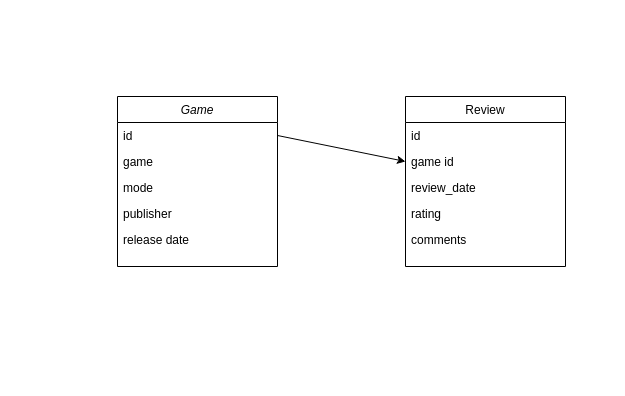
Above: Appendix/Untitled Diagram.drawio in S1cca/Project_QA (draw.io), before the change. Source tidied: cells renumbered, new cells numbered last; positions are measured from the earlier drawing's top-left corner, leaving out a move shared by most shapes. Both pictures are drawn from the tidied source at 100%, with x=0, y=0 at pixel (117, 96).
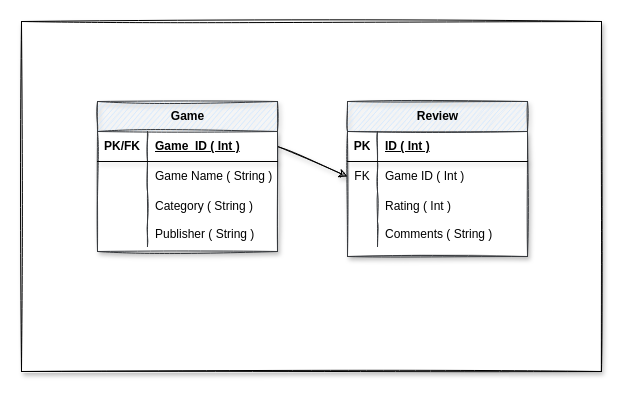
The same page after the edit.

Diff of the diagram source:
```diff
@@
+    <mxCell id="15" style="rounded=0;shadow=1;labelBackgroundColor=none;labelBorderColor=none;sketch=1;verticalAlign=middle;html=1;swimlaneLine=1;" parent="1" vertex="1">
+      <mxGeometry x="-96" y="-75" width="580" height="350" as="geometry" />
+    </mxCell>
+    <mxCell id="14" style="endArrow=classic;rounded=0;exitX=1;exitY=0.5;exitDx=0;exitDy=0;entryX=0;entryY=0.5;entryDx=0;entryDy=0;sketch=1;shadow=1;labelBackgroundColor=none;labelBorderColor=none;fontColor=default;verticalAlign=middle;html=1;snapToPoint=0;swimlaneLine=1;" parent="1" edge="1" source="16" target="31">
+      <mxGeometry relative="1" as="geometry" />
+    </mxCell>
-    <mxCell id="2" value="Game" style="swimlane;fontStyle=2;align=center;verticalAlign=top;horizontal=1;startSize=26;rounded=0;shadow=0;strokeWidth=1;labelBackgroundColor=none;labelBorderColor=none;gradientColor=none;swimlaneFillColor=none;" parent="1" vertex="1">
-      <mxGeometry width="160" height="170" as="geometry" />
+    <mxCell id="2" value="Game" style="shape=table;startSize=30;childLayout=tableLayout;rowLines=0;fontStyle=1;align=center;shadow=1;labelBackgroundColor=none;labelBorderColor=none;strokeColor=#36393d;fillColor=#cce5ff;html=1;swimlaneFillColor=default;sketch=1;" parent="1" vertex="1">
+      <mxGeometry x="-20" y="5" width="180" height="150" as="geometry" />
     </mxCell>
-    <mxCell id="3" value="id" style="text;align=left;verticalAlign=top;spacingLeft=4;spacingRight=4;overflow=hidden;points=[[0,0.5],[1,0.5]];portConstraint=eastwest;labelBackgroundColor=none;labelBorderColor=none;" parent="2" vertex="1">
-      <mxGeometry y="26" width="160" height="26" as="geometry" />
-    </mxCell>
-    <mxCell id="4" value="game" style="text;align=left;verticalAlign=top;spacingLeft=4;spacingRight=4;overflow=hidden;rounded=0;shadow=0;html=0;labelBackgroundColor=none;labelBorderColor=none;" parent="2" vertex="1">
-      <mxGeometry y="52" width="160" height="26" as="geometry" />
-    </mxCell>
-    <mxCell id="5" value="mode    " style="text;align=left;verticalAlign=top;spacingLeft=4;spacingRight=4;overflow=hidden;rounded=0;shadow=0;html=0;labelBackgroundColor=none;labelBorderColor=none;" parent="2" vertex="1">
-      <mxGeometry y="78" width="160" height="26" as="geometry" />
-    </mxCell>
-    <mxCell id="6" value="publisher" style="text;align=left;verticalAlign=top;spacingLeft=4;spacingRight=4;overflow=hidden;labelBackgroundColor=none;labelBorderColor=none;" parent="2" vertex="1">
-      <mxGeometry y="104" width="160" height="26" as="geometry" />
-    </mxCell>
-    <mxCell id="7" value="release date" style="text;align=left;verticalAlign=top;spacingLeft=4;spacingRight=4;overflow=hidden;labelBackgroundColor=none;labelBorderColor=none;" parent="2" vertex="1">
-      <mxGeometry y="130" width="160" height="26" as="geometry" />
-    </mxCell>
+    <mxCell id="16" style="shape=tableRow;horizontal=0;startSize=0;swimlaneHead=0;swimlaneBody=0;fillColor=none;points=[[0,0.5],[1,0.5]];portConstraint=eastwest;top=0;left=0;right=0;bottom=1;shadow=1;labelBackgroundColor=none;labelBorderColor=none;fontColor=default;strokeColor=default;html=1;" parent="2" vertex="1">
+      <mxGeometry y="30" width="180" height="30" as="geometry" />
+    </mxCell>
+    <mxCell id="17" value="PK/FK" style="shape=partialRectangle;fillColor=none;top=0;left=0;bottom=0;right=0;fontStyle=1;overflow=hidden;shadow=1;labelBackgroundColor=none;labelBorderColor=none;fontColor=default;strokeColor=default;html=1;" parent="16" vertex="1">
+      <mxGeometry width="50" height="30" as="geometry" />
+    </mxCell>
+    <mxCell id="18" value="Game_ID ( Int )" style="shape=partialRectangle;fillColor=none;top=0;left=0;bottom=0;right=0;align=left;spacingLeft=6;fontStyle=5;overflow=hidden;shadow=1;labelBackgroundColor=none;labelBorderColor=none;fontColor=default;strokeColor=default;html=1;" parent="16" vertex="1">
+      <mxGeometry x="50" width="130" height="30" as="geometry" />
+    </mxCell>
+    <mxCell id="19" style="shape=tableRow;horizontal=0;startSize=0;swimlaneHead=0;swimlaneBody=0;fillColor=none;top=0;left=0;right=0;bottom=0;shadow=1;labelBackgroundColor=none;labelBorderColor=none;fontColor=default;strokeColor=default;html=1;" parent="2" vertex="1">
+      <mxGeometry y="60" width="180" height="30" as="geometry" />
+    </mxCell>
+    <mxCell id="20" style="shape=partialRectangle;fillColor=none;top=0;left=0;bottom=0;right=0;overflow=hidden;shadow=1;labelBackgroundColor=none;labelBorderColor=none;fontColor=default;strokeColor=default;html=1;" parent="19" vertex="1">
+      <mxGeometry width="50" height="30" as="geometry" />
+    </mxCell>
+    <mxCell id="21" value="Game Name ( String )" style="shape=partialRectangle;fillColor=none;top=0;left=0;bottom=0;right=0;align=left;spacingLeft=6;overflow=hidden;shadow=1;labelBackgroundColor=none;labelBorderColor=none;fontColor=default;strokeColor=default;html=1;" parent="19" vertex="1">
+      <mxGeometry x="50" width="130" height="30" as="geometry" />
+    </mxCell>
+    <mxCell id="22" style="shape=tableRow;horizontal=0;startSize=0;swimlaneHead=0;swimlaneBody=0;fillColor=none;top=0;left=0;right=0;bottom=0;shadow=1;labelBackgroundColor=none;labelBorderColor=none;fontColor=default;strokeColor=default;html=1;rounded=0;sketch=0;swimlaneFillColor=none;" parent="2" vertex="1">
+      <mxGeometry y="90" width="180" height="30" as="geometry" />
+    </mxCell>
+    <mxCell id="23" style="shape=partialRectangle;fillColor=none;top=0;left=0;bottom=0;right=0;overflow=hidden;shadow=1;labelBackgroundColor=none;labelBorderColor=none;fontColor=default;strokeColor=default;html=1;" parent="22" vertex="1">
+      <mxGeometry width="50" height="30" as="geometry" />
+    </mxCell>
+    <mxCell id="24" value="Category ( String )" style="shape=partialRectangle;fillColor=none;top=0;left=0;bottom=0;right=0;align=left;spacingLeft=6;overflow=hidden;shadow=1;labelBackgroundColor=none;labelBorderColor=none;fontColor=default;strokeColor=default;html=1;" parent="22" vertex="1">
+      <mxGeometry x="50" width="130" height="30" as="geometry" />
+    </mxCell>
+    <mxCell id="25" style="shape=tableRow;horizontal=0;startSize=0;swimlaneHead=0;swimlaneBody=0;fillColor=none;top=0;left=0;right=0;bottom=0;shadow=1;labelBackgroundColor=none;labelBorderColor=none;fontColor=default;strokeColor=default;html=1;" parent="2" vertex="1">
+      <mxGeometry y="120" width="180" height="25" as="geometry" />
+    </mxCell>
+    <mxCell id="26" style="shape=partialRectangle;fillColor=none;top=0;left=0;bottom=0;right=0;overflow=hidden;shadow=1;labelBackgroundColor=none;labelBorderColor=none;fontColor=default;strokeColor=default;html=1;" parent="25" vertex="1">
+      <mxGeometry width="50" height="25" as="geometry" />
+    </mxCell>
+    <mxCell id="27" value="Publisher ( String )" style="shape=partialRectangle;fillColor=none;top=0;left=0;bottom=0;right=0;align=left;spacingLeft=6;overflow=hidden;shadow=1;labelBackgroundColor=none;labelBorderColor=none;fontColor=default;strokeColor=default;html=1;" parent="25" vertex="1">
+      <mxGeometry x="50" width="130" height="25" as="geometry" />
+    </mxCell>
-    <mxCell id="8" value="Review" style="swimlane;fontStyle=0;align=center;verticalAlign=top;horizontal=1;startSize=26;rounded=0;shadow=0;strokeWidth=1;" parent="1" vertex="1">
-      <mxGeometry x="288" width="160" height="170" as="geometry" />
+    <mxCell id="8" value="Review" style="shape=table;startSize=30;childLayout=tableLayout;rowLines=0;fontStyle=1;align=center;shadow=1;labelBackgroundColor=none;labelBorderColor=none;strokeColor=#36393d;fillColor=#cce5ff;html=1;swimlaneFillColor=default;sketch=1;" parent="1" vertex="1">
+      <mxGeometry x="230" y="5" width="180" height="155" as="geometry" />
     </mxCell>
-    <mxCell id="9" value="id" style="text;align=left;verticalAlign=top;spacingLeft=4;spacingRight=4;overflow=hidden;" parent="8" vertex="1">
-      <mxGeometry y="26" width="160" height="26" as="geometry" />
-    </mxCell>
-    <mxCell id="10" value="game id" style="text;align=left;verticalAlign=top;spacingLeft=4;spacingRight=4;overflow=hidden;points=[[0,0.5],[1,0.5]];portConstraint=eastwest;rounded=0;shadow=0;" parent="8" vertex="1">
-      <mxGeometry y="52" width="160" height="26" as="geometry" />
-    </mxCell>
-    <mxCell id="11" value="review_date" style="text;align=left;verticalAlign=top;spacingLeft=4;spacingRight=4;overflow=hidden;rounded=0;shadow=0;" parent="8" vertex="1">
-      <mxGeometry y="78" width="160" height="26" as="geometry" />
-    </mxCell>
-    <mxCell id="12" value="rating" style="text;align=left;verticalAlign=top;spacingLeft=4;spacingRight=4;overflow=hidden;labelBackgroundColor=none;labelBorderColor=none;" parent="8" vertex="1">
-      <mxGeometry y="104" width="160" height="26" as="geometry" />
-    </mxCell>
-    <mxCell id="13" value="comments" style="text;align=left;verticalAlign=top;spacingLeft=4;spacingRight=4;overflow=hidden;rounded=0;shadow=0;" parent="8" vertex="1">
-      <mxGeometry y="130" width="160" height="26" as="geometry" />
-    </mxCell>
-    <mxCell id="14" style="endArrow=classic;html=1;rounded=0;exitX=1;exitY=0.5;exitDx=0;exitDy=0;entryX=0;entryY=0.5;entryDx=0;entryDy=0;" parent="1" edge="1" source="3" target="10">
-      <mxGeometry relative="1" as="geometry" />
-    </mxCell>
+    <mxCell id="28" style="shape=tableRow;horizontal=0;startSize=0;swimlaneHead=0;swimlaneBody=0;fillColor=none;top=0;left=0;right=0;bottom=1;shadow=1;labelBackgroundColor=none;labelBorderColor=none;fontColor=default;strokeColor=default;html=1;" parent="8" vertex="1">
+      <mxGeometry y="30" width="180" height="30" as="geometry" />
+    </mxCell>
+    <mxCell id="29" value="PK" style="shape=partialRectangle;fillColor=none;top=0;left=0;bottom=0;right=0;fontStyle=1;overflow=hidden;shadow=1;labelBackgroundColor=none;labelBorderColor=none;fontColor=default;strokeColor=default;html=1;sketch=1;" parent="28" vertex="1">
+      <mxGeometry width="30" height="30" as="geometry" />
+    </mxCell>
+    <mxCell id="30" value="ID ( Int )" style="shape=partialRectangle;fillColor=none;top=0;left=0;bottom=0;right=0;align=left;spacingLeft=6;fontStyle=5;overflow=hidden;shadow=1;labelBackgroundColor=none;labelBorderColor=none;fontColor=default;strokeColor=default;html=1;" parent="28" vertex="1">
+      <mxGeometry x="30" width="150" height="30" as="geometry" />
+    </mxCell>
+    <mxCell id="31" style="shape=tableRow;horizontal=0;startSize=0;swimlaneHead=0;swimlaneBody=0;fillColor=none;points=[[0,0.5],[1,0.5]];portConstraint=eastwest;top=0;left=0;right=0;bottom=0;shadow=1;labelBackgroundColor=none;labelBorderColor=none;fontColor=default;strokeColor=default;html=1;" parent="8" vertex="1">
+      <mxGeometry y="60" width="180" height="30" as="geometry" />
+    </mxCell>
+    <mxCell id="32" value="FK" style="shape=partialRectangle;fillColor=none;top=0;left=0;bottom=0;right=0;overflow=hidden;shadow=1;labelBackgroundColor=none;labelBorderColor=none;fontColor=default;strokeColor=default;html=1;sketch=1;" parent="31" vertex="1">
+      <mxGeometry width="30" height="30" as="geometry" />
+    </mxCell>
+    <mxCell id="33" value="Game ID ( Int )" style="shape=partialRectangle;fillColor=none;top=0;left=0;bottom=0;right=0;align=left;spacingLeft=6;overflow=hidden;shadow=1;labelBackgroundColor=none;labelBorderColor=none;fontColor=default;strokeColor=default;html=1;" parent="31" vertex="1">
+      <mxGeometry x="30" width="150" height="30" as="geometry" />
+    </mxCell>
+    <mxCell id="34" style="shape=tableRow;horizontal=0;startSize=0;swimlaneHead=0;swimlaneBody=0;fillColor=none;top=0;left=0;right=0;bottom=0;shadow=1;labelBackgroundColor=none;labelBorderColor=none;fontColor=default;strokeColor=default;html=1;rounded=0;sketch=0;swimlaneFillColor=none;" parent="8" vertex="1">
+      <mxGeometry y="90" width="180" height="30" as="geometry" />
+    </mxCell>
+    <mxCell id="35" style="shape=partialRectangle;fillColor=none;top=0;left=0;bottom=0;right=0;overflow=hidden;shadow=1;labelBackgroundColor=none;labelBorderColor=none;fontColor=default;strokeColor=default;html=1;" parent="34" vertex="1">
+      <mxGeometry width="30" height="30" as="geometry" />
+    </mxCell>
+    <mxCell id="36" value="Rating ( Int )" style="shape=partialRectangle;fillColor=none;top=0;left=0;bottom=0;right=0;align=left;spacingLeft=6;overflow=hidden;shadow=1;labelBackgroundColor=none;labelBorderColor=none;fontColor=default;strokeColor=default;html=1;" parent="34" vertex="1">
+      <mxGeometry x="30" width="150" height="30" as="geometry" />
+    </mxCell>
+    <mxCell id="37" style="shape=tableRow;horizontal=0;startSize=0;swimlaneHead=0;swimlaneBody=0;fillColor=none;top=0;left=0;right=0;bottom=0;shadow=1;labelBackgroundColor=none;labelBorderColor=none;fontColor=default;strokeColor=default;html=1;" parent="8" vertex="1">
+      <mxGeometry y="120" width="180" height="25" as="geometry" />
+    </mxCell>
+    <mxCell id="38" style="shape=partialRectangle;fillColor=none;top=0;left=0;bottom=0;right=0;overflow=hidden;shadow=1;labelBackgroundColor=none;labelBorderColor=none;fontColor=default;strokeColor=default;html=1;" parent="37" vertex="1">
+      <mxGeometry width="30" height="25" as="geometry" />
+    </mxCell>
+    <mxCell id="39" value="Comments ( String )" style="shape=partialRectangle;fillColor=none;top=0;left=0;bottom=0;right=0;align=left;spacingLeft=6;overflow=hidden;shadow=1;labelBackgroundColor=none;labelBorderColor=none;fontColor=default;strokeColor=default;html=1;" parent="37" vertex="1">
+      <mxGeometry x="30" width="150" height="25" as="geometry" />
+    </mxCell>
```
